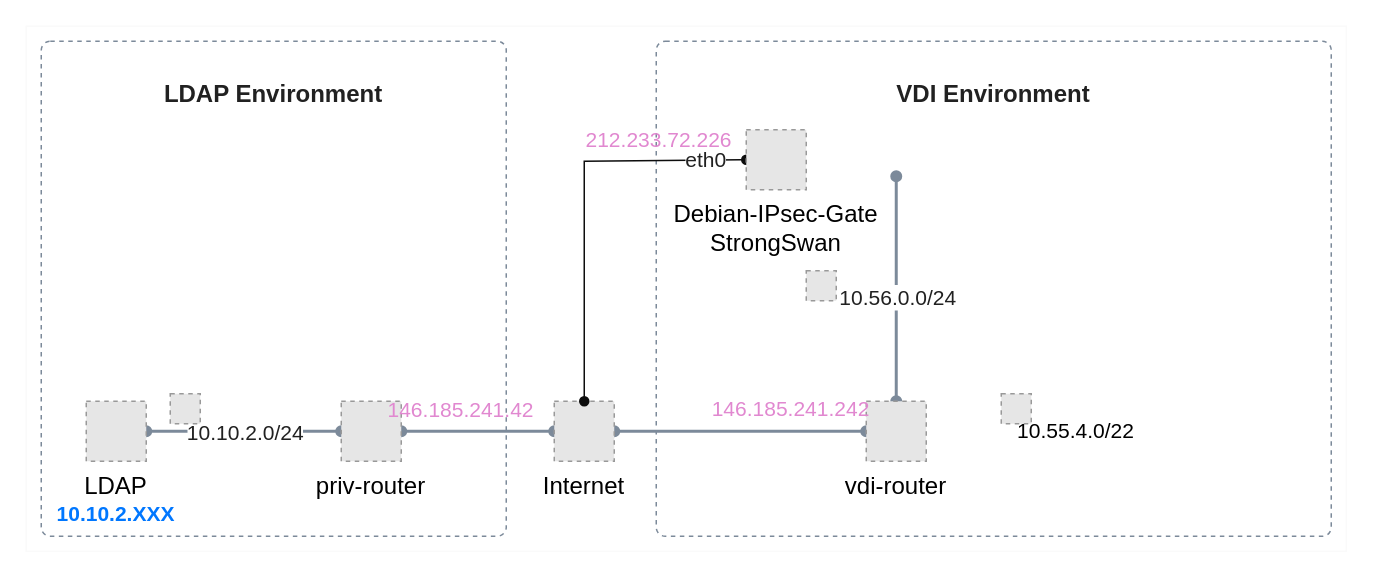
Above: page "Before" (2 of 2) of docs/ru/manage/cloud-desktops/use-cases/ipsec/assets/IPsec_scheme.drawio in vk-cs/docs-public (draw.io), before the change. Source tidied: cells renumbered, new cells numbered last; positions are measured from the earlier drawing's top-left corner, leaving out a move shared by most shapes. Both pictures are drawn from the tidied source at 150%, with x=0, y=0 at pixel (26, 26). Pictures stored in the file or linked from it are replaced by grey dashed boxes.
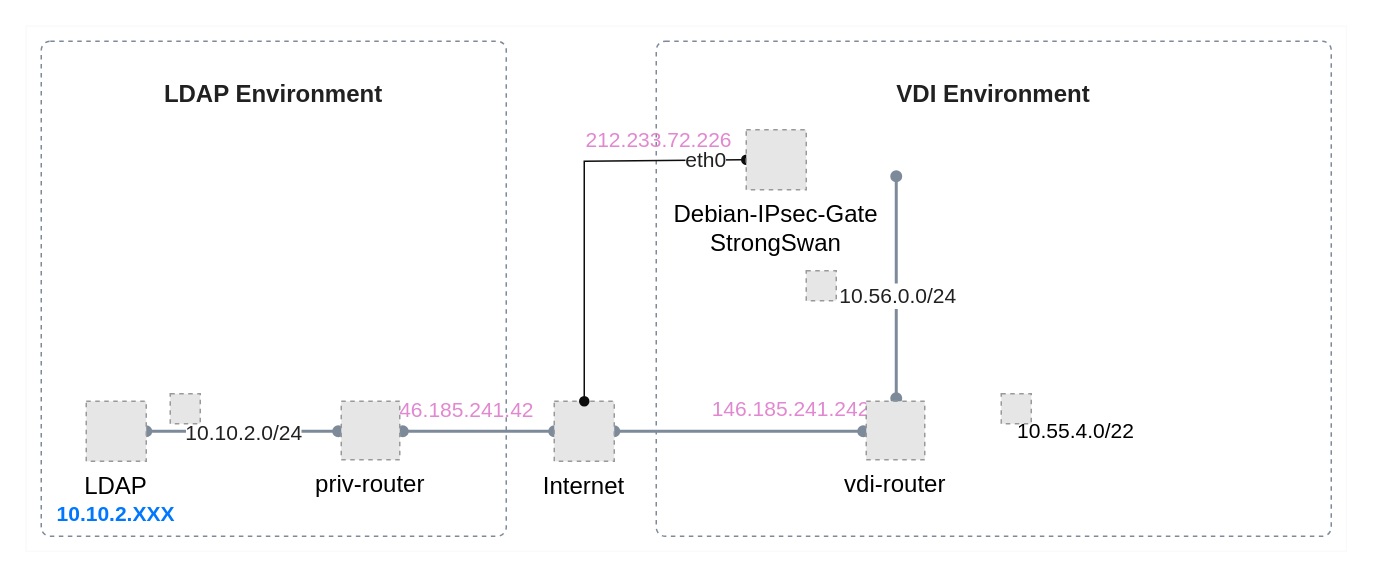
The same page after the edit.

Unchanged cells that the change refers to:
```xml
<mxCell id="7" value="Internet" style="fillColor=#E6E6E6;strokeColor=#999999;dashed=1;verticalLabelPosition=bottom;labelBackgroundColor=default;verticalAlign=top;fontSize=16;fontFamily=VK Sans Display;" parent="1" vertex="1">
  <mxGeometry x="352" y="250" width="40" height="40" as="geometry" />
</mxCell>
<mxCell id="14" value="LDAP" style="fillColor=#E6E6E6;strokeColor=#999999;dashed=1;verticalLabelPosition=bottom;labelBackgroundColor=default;verticalAlign=top;fontSize=16;fontFamily=VK Sans Display;" parent="1" vertex="1">
  <mxGeometry x="40" y="250" width="40" height="40" as="geometry" />
</mxCell>
```

Diff of the diagram source:
```diff
@@
-    <mxCell id="5" style="edgeStyle=none;shape=connector;rounded=0;jettySize=auto;html=1;exitX=0;exitY=0.5;exitDx=0;exitDy=0;entryX=1;entryY=0.5;entryDx=0;entryDy=0;labelBackgroundColor=default;strokeColor=#7C8A9A;strokeWidth=2;align=center;verticalAlign=middle;fontFamily=VK Sans Display;fontSize=11;fontColor=#212121;startArrow=oval;startFill=1;endArrow=oval;endFill=1;" parent="1" edge="1" source="7" target="10">
-      <mxGeometry relative="1" as="geometry" />
+    <mxCell id="5" style="edgeStyle=none;shape=connector;rounded=0;jettySize=auto;html=1;exitX=0;exitY=0.5;exitDx=0;exitDy=0;entryX=1;entryY=0.5;entryDx=0;entryDy=0;labelBackgroundColor=default;strokeColor=#7C8A9A;strokeWidth=2;align=center;verticalAlign=middle;fontFamily=VK Sans Display;fontSize=11;fontColor=#212121;startArrow=oval;startFill=1;endArrow=oval;endFill=1;" parent="1" edge="1" source="7">
+      <mxGeometry relative="1" as="geometry">
+        <mxPoint x="251" y="270" as="targetPoint" />
+      </mxGeometry>
     </mxCell>
-    <mxCell id="6" style="edgeStyle=none;shape=connector;rounded=0;jettySize=auto;html=1;exitX=1;exitY=0.5;exitDx=0;exitDy=0;entryX=0;entryY=0.5;entryDx=0;entryDy=0;labelBackgroundColor=default;strokeColor=#7C8A9A;strokeWidth=2;align=center;verticalAlign=middle;fontFamily=VK Sans Display;fontSize=11;fontColor=#212121;startArrow=oval;startFill=1;endArrow=oval;endFill=1;" parent="1" edge="1" source="7" target="13">
-      <mxGeometry relative="1" as="geometry" />
+    <mxCell id="6" style="edgeStyle=none;shape=connector;rounded=0;jettySize=auto;html=1;exitX=1;exitY=0.5;exitDx=0;exitDy=0;entryX=0;entryY=0.5;entryDx=0;entryDy=0;labelBackgroundColor=default;strokeColor=#7C8A9A;strokeWidth=2;align=center;verticalAlign=middle;fontFamily=VK Sans Display;fontSize=11;fontColor=#212121;startArrow=oval;startFill=1;endArrow=oval;endFill=1;" parent="1" edge="1" source="7">
+      <mxGeometry relative="1" as="geometry">
+        <mxPoint x="558" y="270" as="targetPoint" />
+      </mxGeometry>
     </mxCell>
@@
-    <mxCell id="8" style="edgeStyle=none;shape=connector;rounded=0;jettySize=auto;html=1;exitX=0;exitY=0.5;exitDx=0;exitDy=0;entryX=1;entryY=0.5;entryDx=0;entryDy=0;labelBackgroundColor=default;strokeColor=#7C8A9A;strokeWidth=2;align=center;verticalAlign=middle;fontFamily=VK Sans Display;fontSize=11;fontColor=#212121;startArrow=oval;startFill=1;endArrow=oval;endFill=1;" parent="1" edge="1" source="10" target="14">
-      <mxGeometry relative="1" as="geometry" />
+    <mxCell id="8" style="edgeStyle=none;shape=connector;rounded=0;jettySize=auto;html=1;exitX=0;exitY=0.5;exitDx=0;exitDy=0;entryX=1;entryY=0.5;entryDx=0;entryDy=0;labelBackgroundColor=default;strokeColor=#7C8A9A;strokeWidth=2;align=center;verticalAlign=middle;fontFamily=VK Sans Display;fontSize=11;fontColor=#212121;startArrow=oval;startFill=1;endArrow=oval;endFill=1;" parent="1" edge="1" target="14">
+      <mxGeometry relative="1" as="geometry">
+        <mxPoint x="208" y="270" as="sourcePoint" />
+      </mxGeometry>
     </mxCell>
@@
-    <mxCell id="10" value="priv-router" style="fillColor=#E6E6E6;strokeColor=#999999;dashed=1;verticalLabelPosition=bottom;labelBackgroundColor=default;verticalAlign=top;fontFamily=VK Sans Display;fontSize=16;" parent="1" vertex="1">
-      <mxGeometry x="210" y="250" width="40" height="40" as="geometry" />
-    </mxCell>
-    <mxCell id="11" style="edgeStyle=none;shape=connector;rounded=0;jettySize=auto;html=1;exitX=0.5;exitY=0;exitDx=0;exitDy=0;labelBackgroundColor=default;strokeColor=#7C8A9A;strokeWidth=2;align=center;verticalAlign=middle;fontFamily=VK Sans Display;fontSize=11;fontColor=#212121;startArrow=oval;startFill=1;endArrow=oval;endFill=1;" parent="1" edge="1" source="13">
+    <mxCell id="11" style="edgeStyle=none;shape=connector;rounded=0;orthogonalLoop=1;jettySize=auto;html=1;exitX=0.5;exitY=0;exitDx=0;exitDy=0;labelBackgroundColor=default;strokeColor=#7C8A9A;strokeWidth=2;align=center;verticalAlign=middle;fontFamily=VK Sans Display;fontSize=11;fontColor=#212121;startArrow=oval;startFill=1;endArrow=oval;endFill=1;" parent="1" edge="1">
       <mxGeometry relative="1" as="geometry">
+        <mxPoint x="580" y="248" as="sourcePoint" />
         <mxPoint x="580" y="100" as="targetPoint" />
         <Array as="points">
           <mxPoint x="580" y="100" />
         </Array>
       </mxGeometry>
     </mxCell>
@@
-    <mxCell id="13" value="vdi-router" style="fillColor=#E6E6E6;strokeColor=#999999;dashed=1;verticalLabelPosition=bottom;labelBackgroundColor=default;verticalAlign=top;fontFamily=VK Sans Display;fontSize=16;" parent="1" vertex="1">
-      <mxGeometry x="560" y="250" width="40" height="40" as="geometry" />
-    </mxCell>
@@
+    <mxCell id="10" value="priv-router" style="fillColor=#E6E6E6;strokeColor=#999999;dashed=1;verticalLabelPosition=bottom;labelBackgroundColor=default;verticalAlign=top;fontSize=16;fontFamily=VK Sans Display;" parent="1" vertex="1">
+      <mxGeometry x="210" y="250" width="39" height="39" as="geometry" />
+    </mxCell>
+    <mxCell id="13" value="vdi-router" style="fillColor=#E6E6E6;strokeColor=#999999;dashed=1;verticalLabelPosition=bottom;labelBackgroundColor=default;verticalAlign=top;fontSize=16;fontFamily=VK Sans Display;" parent="1" vertex="1">
+      <mxGeometry x="560" y="250" width="39" height="39" as="geometry" />
+    </mxCell>
```
